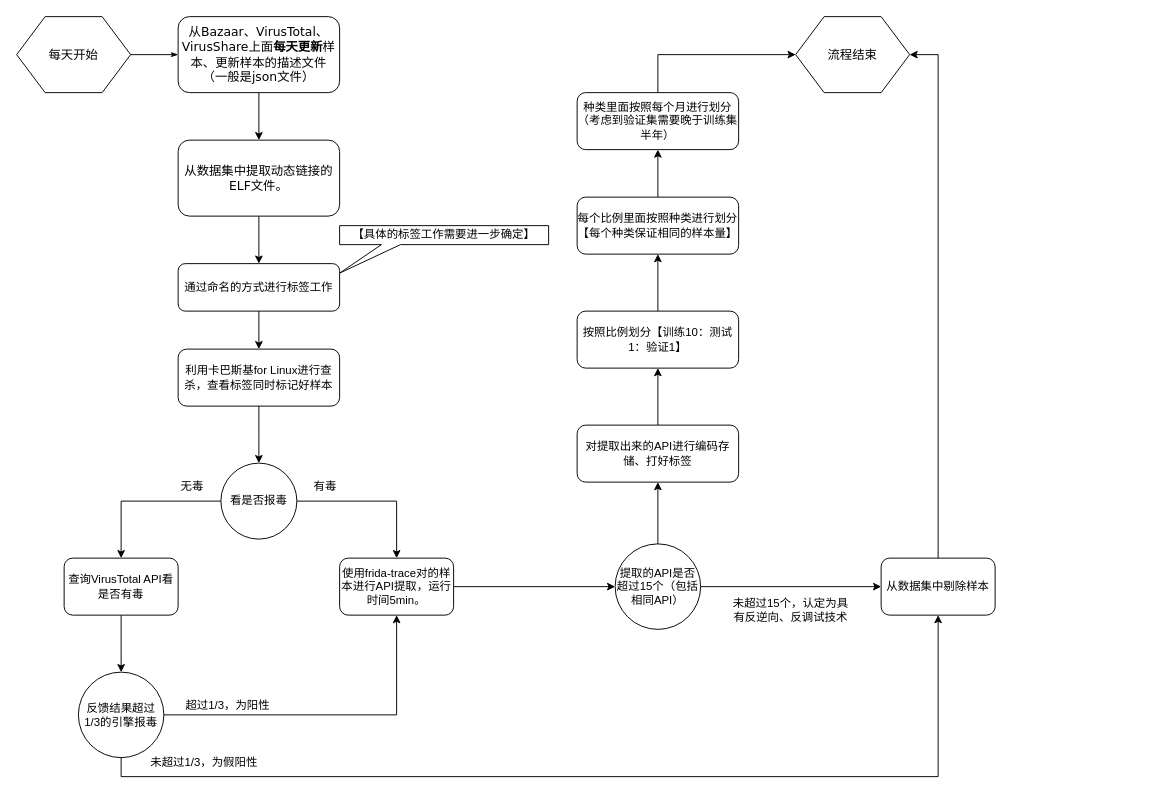
Earlier version of the draw.io diagram 未命名绘图.drawio (LovenSar/APIGraph). Source tidied: cells renumbered, new cells numbered last; positions are measured from the earlier drawing's top-left corner, leaving out a move shared by most shapes. Both pictures are drawn from the tidied source at 95%, with x=0, y=0 at pixel (16, 16).
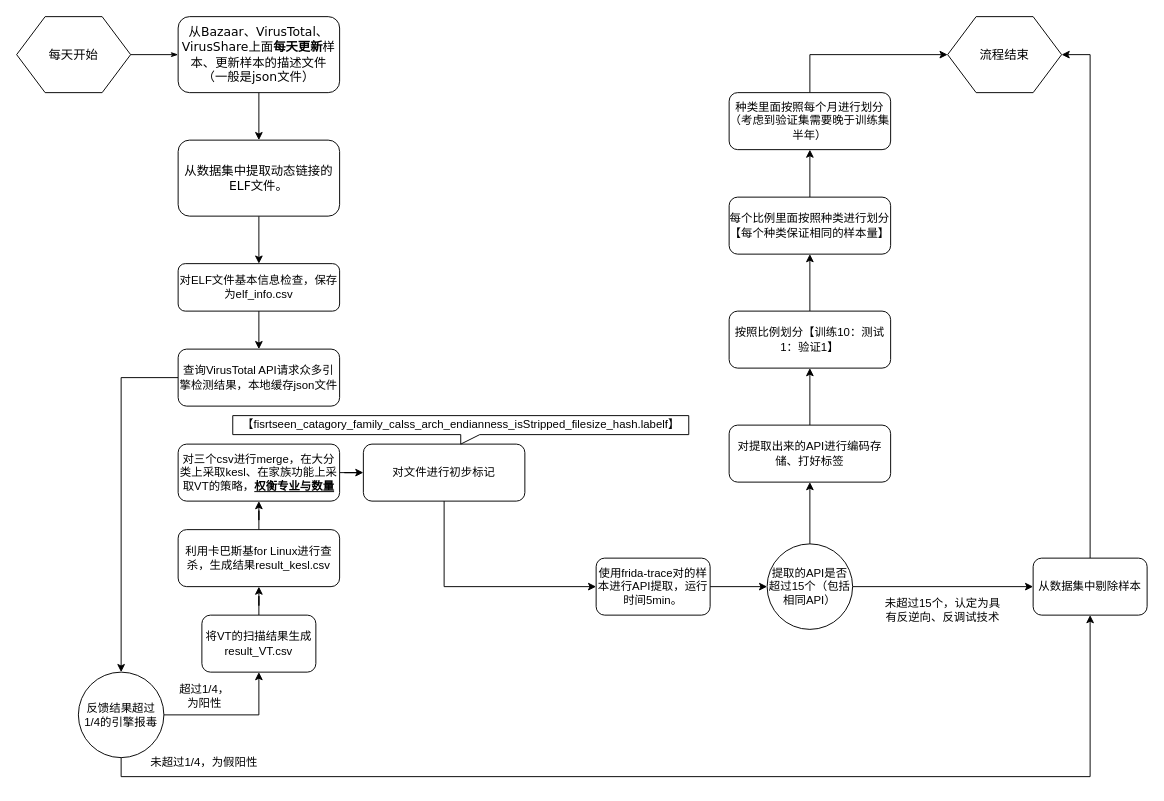
After the change.

Commit message:
更新未命名绘图.drawio

The edit, as a diff of the source:
```diff
@@
-    <mxCell id="8" value="【具体的标签工作需要进一步确定】" style="shape=callout;whiteSpace=wrap;html=1;perimeter=calloutPerimeter;position2=0;size=30;position=0.2;" parent="1" vertex="1">
-      <mxGeometry x="340" y="220" width="220" height="50" as="geometry" />
-    </mxCell>
-    <mxCell id="9" style="edgeStyle=orthogonalEdgeStyle;rounded=0;jettySize=auto;html=1;exitX=0.5;exitY=1;exitDx=0;exitDy=0;entryX=0.5;entryY=0;entryDx=0;entryDy=0;" parent="1" edge="1" source="10" target="12">
-      <mxGeometry relative="1" as="geometry" />
-    </mxCell>
+    <mxCell id="42" style="edgeStyle=orthogonalEdgeStyle;rounded=0;jettySize=auto;html=1;" parent="1" edge="1" source="10" target="46">
+      <mxGeometry relative="1" as="geometry" />
+    </mxCell>
-    <mxCell id="10" value="通过命名的方式进行标签工作" style="rounded=1;whiteSpace=wrap;html=1;" parent="1" vertex="1">
+    <mxCell id="10" value="对ELF文件基本信息检查，保存为elf_info.csv" style="rounded=1;whiteSpace=wrap;html=1;" parent="1" vertex="1">
       <mxGeometry x="170" y="260" width="170" height="50" as="geometry" />
     </mxCell>
-    <mxCell id="11" style="edgeStyle=orthogonalEdgeStyle;rounded=0;jettySize=auto;html=1;" parent="1" edge="1" source="12">
-      <mxGeometry relative="1" as="geometry">
-        <mxPoint x="255" y="470" as="targetPoint" />
-      </mxGeometry>
-    </mxCell>
+    <mxCell id="43" style="edgeStyle=orthogonalEdgeStyle;rounded=0;jettySize=auto;html=1;" parent="1" edge="1" source="12" target="50">
+      <mxGeometry relative="1" as="geometry" />
+    </mxCell>
-    <mxCell id="12" value="利用卡巴斯基for Linux进行查杀，查看标签同时标记好样本" style="rounded=1;whiteSpace=wrap;html=1;" parent="1" vertex="1">
-      <mxGeometry x="170" y="350" width="170" height="60" as="geometry" />
+    <mxCell id="12" value="利用卡巴斯基for Linux进行查杀，生成结果result_kesl.csv" style="rounded=1;whiteSpace=wrap;html=1;" parent="1" vertex="1">
+      <mxGeometry x="170" y="540" width="170" height="60" as="geometry" />
     </mxCell>
-    <mxCell id="13" style="edgeStyle=orthogonalEdgeStyle;rounded=0;jettySize=auto;html=1;entryX=0.5;entryY=0;entryDx=0;entryDy=0;" parent="1" edge="1" source="15" target="17">
-      <mxGeometry relative="1" as="geometry" />
-    </mxCell>
-    <mxCell id="14" style="edgeStyle=orthogonalEdgeStyle;rounded=0;jettySize=auto;html=1;entryX=0.5;entryY=0;entryDx=0;entryDy=0;" parent="1" edge="1" source="15" target="22">
-      <mxGeometry relative="1" as="geometry" />
-    </mxCell>
-    <mxCell id="15" value="看是否报毒" style="ellipse;whiteSpace=wrap;html=1;" parent="1" vertex="1">
-      <mxGeometry x="215" y="470" width="80" height="80" as="geometry" />
-    </mxCell>
-    <mxCell id="16" style="edgeStyle=orthogonalEdgeStyle;rounded=0;jettySize=auto;html=1;" parent="1" edge="1" source="17" target="20">
-      <mxGeometry relative="1" as="geometry" />
-    </mxCell>
-    <mxCell id="17" value="查询VirusTotal API看是否有毒" style="rounded=1;whiteSpace=wrap;html=1;" parent="1" vertex="1">
-      <mxGeometry x="50" y="570" width="120" height="60" as="geometry" />
-    </mxCell>
-    <mxCell id="18" style="edgeStyle=orthogonalEdgeStyle;rounded=0;jettySize=auto;html=1;exitX=1;exitY=0.5;exitDx=0;exitDy=0;entryX=0.5;entryY=1;entryDx=0;entryDy=0;" parent="1" edge="1" source="20" target="22">
-      <mxGeometry relative="1" as="geometry" />
-    </mxCell>
@@
+    <mxCell id="44" style="edgeStyle=orthogonalEdgeStyle;rounded=0;jettySize=auto;html=1;entryX=0.5;entryY=1;entryDx=0;entryDy=0;" parent="1" edge="1" source="20" target="48">
+      <mxGeometry relative="1" as="geometry" />
+    </mxCell>
-    <mxCell id="20" value="反馈结果超过1/3的引擎报毒" style="ellipse;whiteSpace=wrap;html=1;" parent="1" vertex="1">
+    <mxCell id="20" value="反馈结果超过1/4的引擎报毒" style="ellipse;whiteSpace=wrap;html=1;" parent="1" vertex="1">
       <mxGeometry x="65" y="690" width="90" height="90" as="geometry" />
     </mxCell>
@@
     <mxCell id="22" value="使用frida-trace对的样本进行API提取，运行时间5min。" style="rounded=1;whiteSpace=wrap;html=1;" parent="1" vertex="1">
-      <mxGeometry x="340" y="570" width="120" height="60" as="geometry" />
+      <mxGeometry x="610" y="570" width="120" height="60" as="geometry" />
     </mxCell>
-    <mxCell id="23" value="无毒" style="text;html=1;strokeColor=none;fillColor=none;align=center;verticalAlign=middle;whiteSpace=wrap;rounded=0;" parent="1" vertex="1">
-      <mxGeometry x="155" y="480" width="60" height="30" as="geometry" />
-    </mxCell>
-    <mxCell id="24" value="有毒" style="text;html=1;strokeColor=none;fillColor=none;align=center;verticalAlign=middle;whiteSpace=wrap;rounded=0;" parent="1" vertex="1">
-      <mxGeometry x="295" y="480" width="60" height="30" as="geometry" />
-    </mxCell>
     <mxCell id="25" value="流程结束" style="shape=hexagon;perimeter=hexagonPerimeter;whiteSpace=wrap;html=1;rounded=0;shadow=0;labelBackgroundColor=none;strokeWidth=1;fontFamily=Verdana;fontSize=13;align=center;" parent="1" vertex="1">
-      <mxGeometry x="820" width="120" height="80" as="geometry" />
+      <mxGeometry x="980" width="120" height="80" as="geometry" />
     </mxCell>
-    <mxCell id="26" value="超过1/3，为阳性" style="text;html=1;strokeColor=none;fillColor=none;align=center;verticalAlign=middle;whiteSpace=wrap;rounded=0;" parent="1" vertex="1">
-      <mxGeometry x="155" y="710" width="135" height="30" as="geometry" />
+    <mxCell id="26" value="超过1/4，为阳性" style="text;html=1;strokeColor=none;fillColor=none;align=center;verticalAlign=middle;whiteSpace=wrap;rounded=0;" parent="1" vertex="1">
+      <mxGeometry x="167.5" y="700" width="60" height="30" as="geometry" />
     </mxCell>
-    <mxCell id="27" value="未超过1/3，为假阳性" style="text;html=1;strokeColor=none;fillColor=none;align=center;verticalAlign=middle;whiteSpace=wrap;rounded=0;" parent="1" vertex="1">
+    <mxCell id="27" value="未超过1/4，为假阳性" style="text;html=1;strokeColor=none;fillColor=none;align=center;verticalAlign=middle;whiteSpace=wrap;rounded=0;" parent="1" vertex="1">
       <mxGeometry x="130" y="770" width="135" height="30" as="geometry" />
     </mxCell>
@@
     <mxCell id="30" value="提取的API是否超过15个（包括相同API）" style="ellipse;whiteSpace=wrap;html=1;" parent="1" vertex="1">
-      <mxGeometry x="630" y="555" width="90" height="90" as="geometry" />
+      <mxGeometry x="790" y="555" width="90" height="90" as="geometry" />
     </mxCell>
@@
     <mxCell id="32" value="从数据集中剔除样本" style="rounded=1;whiteSpace=wrap;html=1;" parent="1" vertex="1">
-      <mxGeometry x="910" y="570" width="120" height="60" as="geometry" />
+      <mxGeometry x="1070" y="570" width="120" height="60" as="geometry" />
     </mxCell>
     <mxCell id="33" value="未超过15个，认定为具有反逆向、反调试技术" style="text;html=1;strokeColor=none;fillColor=none;align=center;verticalAlign=middle;whiteSpace=wrap;rounded=0;" parent="1" vertex="1">
-      <mxGeometry x="750" y="610" width="130" height="30" as="geometry" />
+      <mxGeometry x="910" y="610" width="130" height="30" as="geometry" />
     </mxCell>
@@
     <mxCell id="35" value="对提取出来的API进行编码存储、打好标签" style="rounded=1;whiteSpace=wrap;html=1;" parent="1" vertex="1">
-      <mxGeometry x="590" y="430" width="170" height="60" as="geometry" />
+      <mxGeometry x="750" y="430" width="170" height="60" as="geometry" />
     </mxCell>
@@
     <mxCell id="37" value="按照比例划分【训练10：测试1：验证1】" style="rounded=1;whiteSpace=wrap;html=1;" parent="1" vertex="1">
-      <mxGeometry x="590" y="310" width="170" height="60" as="geometry" />
+      <mxGeometry x="750" y="310" width="170" height="60" as="geometry" />
     </mxCell>
@@
     <mxCell id="39" value="每个比例里面按照种类进行划分【每个种类保证相同的样本量】" style="rounded=1;whiteSpace=wrap;html=1;" parent="1" vertex="1">
-      <mxGeometry x="590" y="190" width="170" height="60" as="geometry" />
+      <mxGeometry x="750" y="190" width="170" height="60" as="geometry" />
     </mxCell>
@@
     <mxCell id="41" value="种类里面按照每个月进行划分（考虑到验证集需要晚于训练集半年）" style="rounded=1;whiteSpace=wrap;html=1;" parent="1" vertex="1">
-      <mxGeometry x="590" y="80" width="170" height="60" as="geometry" />
+      <mxGeometry x="750" y="80" width="170" height="60" as="geometry" />
     </mxCell>
+    <mxCell id="45" style="edgeStyle=orthogonalEdgeStyle;rounded=0;jettySize=auto;html=1;entryX=0.5;entryY=0;entryDx=0;entryDy=0;" parent="1" edge="1" source="46" target="20">
+      <mxGeometry relative="1" as="geometry" />
+    </mxCell>
+    <mxCell id="46" value="查询VirusTotal API请求众多引擎检测结果，本地缓存json文件" style="rounded=1;whiteSpace=wrap;html=1;" parent="1" vertex="1">
+      <mxGeometry x="170" y="350" width="170" height="60" as="geometry" />
+    </mxCell>
+    <mxCell id="47" style="edgeStyle=orthogonalEdgeStyle;rounded=0;jettySize=auto;html=1;" parent="1" edge="1" source="48" target="12">
+      <mxGeometry relative="1" as="geometry" />
+    </mxCell>
+    <mxCell id="48" value="将VT的扫描结果生成result_VT.csv" style="rounded=1;whiteSpace=wrap;html=1;" parent="1" vertex="1">
+      <mxGeometry x="195" y="630" width="120" height="60" as="geometry" />
+    </mxCell>
+    <mxCell id="49" style="edgeStyle=orthogonalEdgeStyle;rounded=0;jettySize=auto;html=1;entryX=0;entryY=0.5;entryDx=0;entryDy=0;" parent="1" edge="1" source="50" target="52">
+      <mxGeometry relative="1" as="geometry" />
+    </mxCell>
+    <mxCell id="50" value="对三个csv进行merge，在大分类上采取kesl、在家族功能上采取VT的策略，&lt;b&gt;&lt;u&gt;权衡专业与数量&lt;/u&gt;&lt;/b&gt;" style="rounded=1;whiteSpace=wrap;html=1;" parent="1" vertex="1">
+      <mxGeometry x="170" y="450" width="170" height="60" as="geometry" />
+    </mxCell>
+    <mxCell id="51" style="edgeStyle=orthogonalEdgeStyle;rounded=0;jettySize=auto;html=1;entryX=0;entryY=0.5;entryDx=0;entryDy=0;exitX=0.5;exitY=1;exitDx=0;exitDy=0;" parent="1" edge="1" source="52" target="22">
+      <mxGeometry relative="1" as="geometry" />
+    </mxCell>
+    <mxCell id="52" value="对文件进行初步标记" style="rounded=1;whiteSpace=wrap;html=1;" parent="1" vertex="1">
+      <mxGeometry x="365" y="450" width="170" height="60" as="geometry" />
+    </mxCell>
+    <mxCell id="53" value="【fisrtseen_catagory_family_calss_arch_endianness_isStripped_filesize_hash.labelf】" style="shape=callout;whiteSpace=wrap;html=1;perimeter=calloutPerimeter;size=10;position=0.5;" parent="1" vertex="1">
+      <mxGeometry x="227.5" y="420" width="480" height="30" as="geometry" />
+    </mxCell>
```
